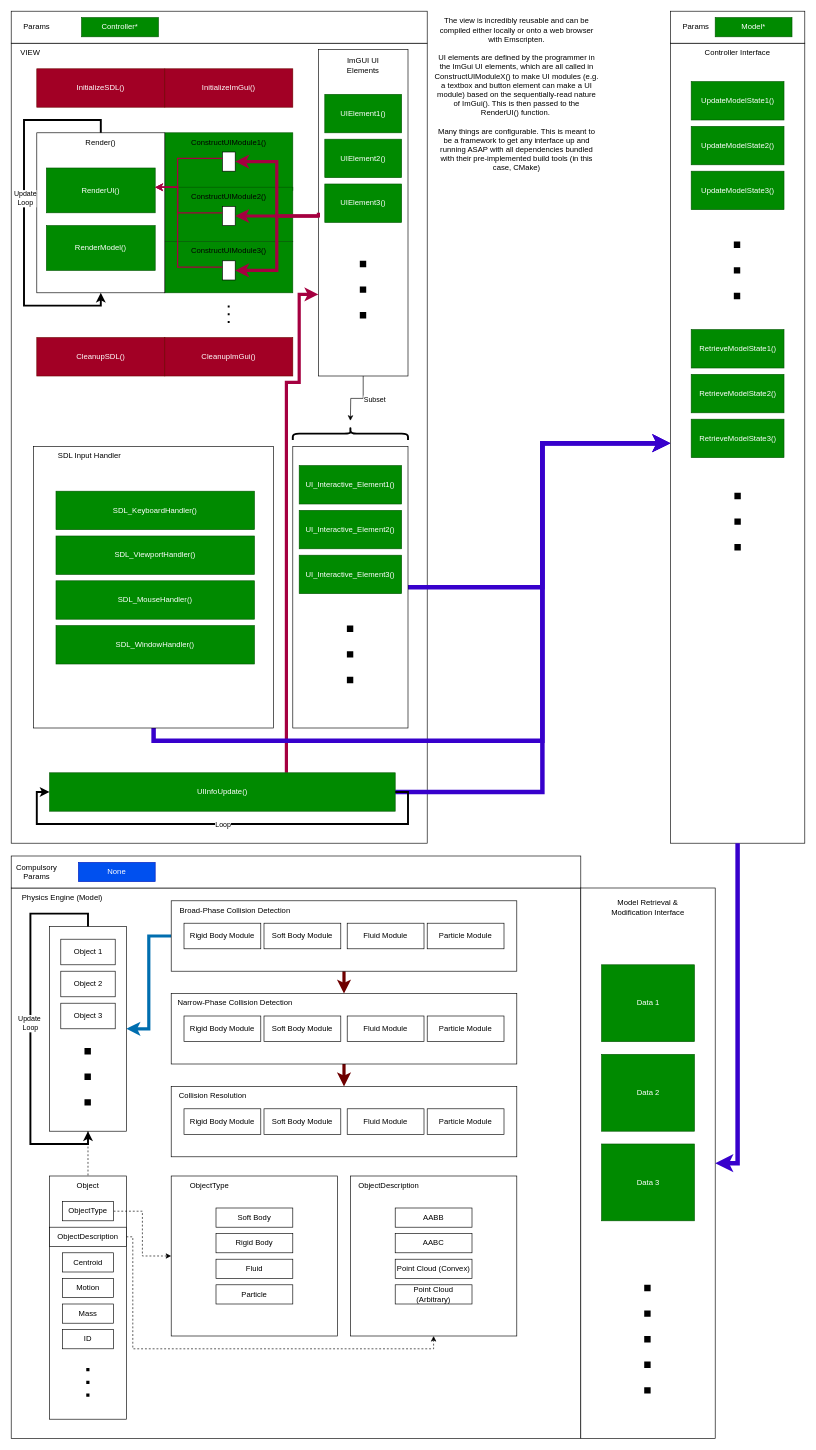
Above: documentation/Architectural Diagrams/MVC Overall Architecture.drawio in Argyraspides/Telos (draw.io), before the change. Source tidied: cells renumbered, new cells numbered last; positions are measured from the earlier drawing's top-left corner, leaving out a move shared by most shapes. Both pictures are drawn from the tidied source at 64%, with x=0, y=0 at pixel (11, 11).
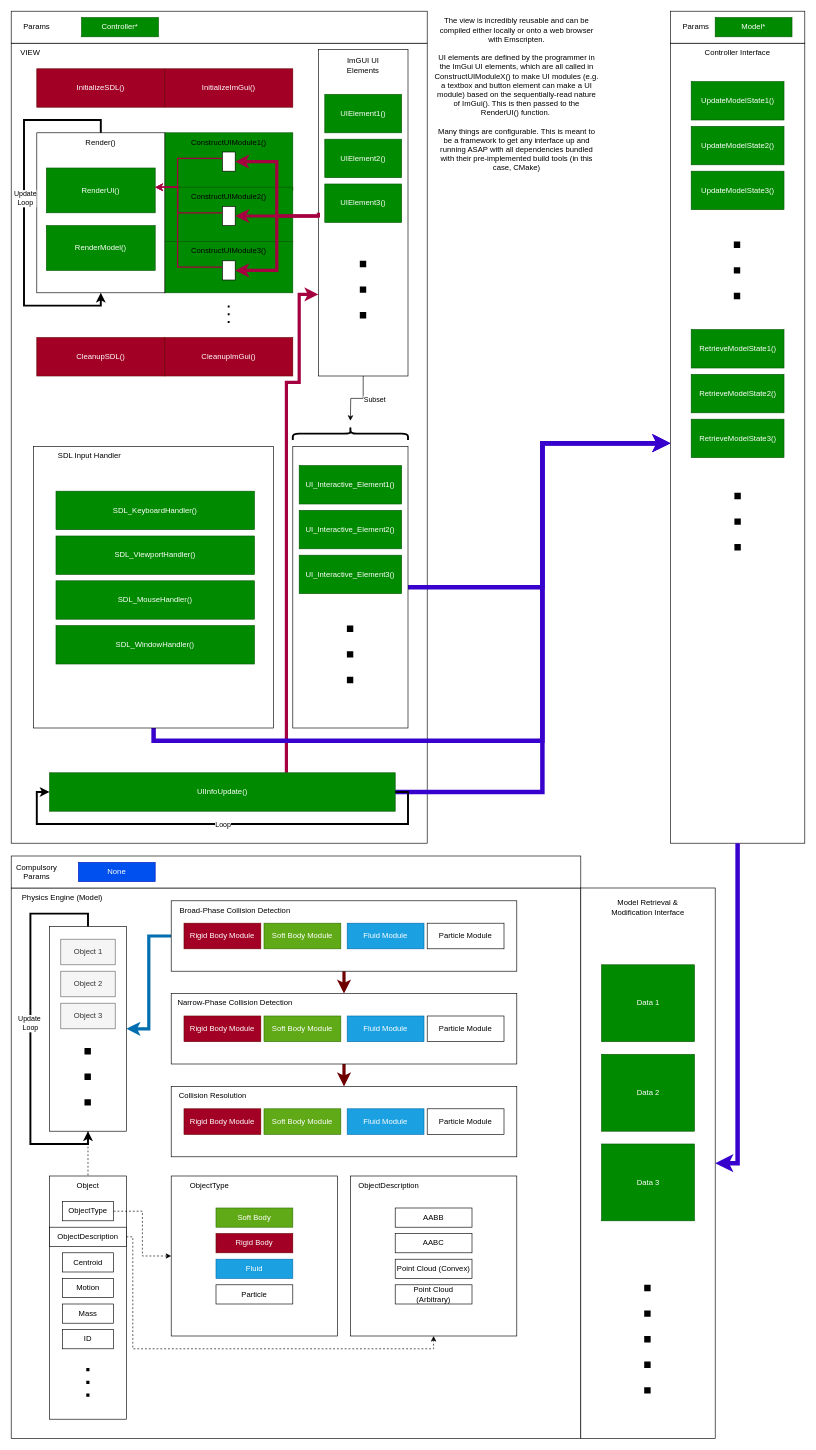
Above is the later version.

The change refers to these unchanged cells:
```xml
<mxCell id="83" style="group;" parent="1" vertex="1">
  <mxGeometry x="60" y="1430" width="120" height="320" as="geometry" />
</mxCell>
```

The edit, as a diff of the source:
```diff
@@
-    <mxCell id="85" value="Object 1" style="rounded=0;whiteSpace=wrap;html=1;" parent="83" vertex="1">
+    <mxCell id="85" value="Object 1" style="rounded=0;whiteSpace=wrap;html=1;fillColor=#f5f5f5;fontColor=#333333;strokeColor=#666666;" parent="83" vertex="1">
       <mxGeometry x="17.5" y="20" width="85" height="40" as="geometry" />
     </mxCell>
-    <mxCell id="86" value="Object 2" style="rounded=0;whiteSpace=wrap;html=1;" parent="83" vertex="1">
+    <mxCell id="86" value="Object 2" style="rounded=0;whiteSpace=wrap;html=1;fillColor=#f5f5f5;fontColor=#333333;strokeColor=#666666;" parent="83" vertex="1">
       <mxGeometry x="17.5" y="70" width="85" height="40" as="geometry" />
     </mxCell>
-    <mxCell id="87" value="Object 3" style="rounded=0;whiteSpace=wrap;html=1;" parent="83" vertex="1">
+    <mxCell id="87" value="Object 3" style="rounded=0;whiteSpace=wrap;html=1;fillColor=#f5f5f5;fontColor=#333333;strokeColor=#666666;" parent="83" vertex="1">
       <mxGeometry x="17.5" y="120" width="85" height="40" as="geometry" />
     </mxCell>
@@
-    <mxCell id="118" value="Soft Body" style="rounded=0;whiteSpace=wrap;html=1;" parent="1" vertex="1">
+    <mxCell id="118" value="Soft Body" style="rounded=0;whiteSpace=wrap;html=1;fillColor=#60a917;fontColor=#ffffff;strokeColor=#2D7600;" parent="1" vertex="1">
       <mxGeometry x="320" y="1870" width="120" height="30" as="geometry" />
     </mxCell>
-    <mxCell id="119" value="Rigid Body Module" style="rounded=0;whiteSpace=wrap;html=1;" parent="1" vertex="1">
+    <mxCell id="119" value="Rigid Body Module" style="rounded=0;whiteSpace=wrap;html=1;fillColor=#a20025;fontColor=#ffffff;strokeColor=#6F0000;" parent="1" vertex="1">
       <mxGeometry x="270" y="1425" width="120" height="40" as="geometry" />
     </mxCell>
-    <mxCell id="120" value="Soft Body Module" style="rounded=0;whiteSpace=wrap;html=1;" parent="1" vertex="1">
+    <mxCell id="120" value="Soft Body Module" style="rounded=0;whiteSpace=wrap;html=1;fillColor=#60a917;fontColor=#ffffff;strokeColor=#2D7600;" parent="1" vertex="1">
       <mxGeometry x="395" y="1425" width="120" height="40" as="geometry" />
     </mxCell>
-    <mxCell id="121" value="Fluid Module" style="rounded=0;whiteSpace=wrap;html=1;" parent="1" vertex="1">
+    <mxCell id="121" value="Fluid Module" style="rounded=0;whiteSpace=wrap;html=1;fillColor=#1ba1e2;fontColor=#ffffff;strokeColor=#006EAF;" parent="1" vertex="1">
       <mxGeometry x="525" y="1425" width="120" height="40" as="geometry" />
     </mxCell>
@@
-    <mxCell id="123" value="Rigid Body Module" style="rounded=0;whiteSpace=wrap;html=1;" parent="1" vertex="1">
+    <mxCell id="123" value="Rigid Body Module" style="rounded=0;whiteSpace=wrap;html=1;fillColor=#a20025;fontColor=#ffffff;strokeColor=#6F0000;" parent="1" vertex="1">
       <mxGeometry x="270" y="1570" width="120" height="40" as="geometry" />
     </mxCell>
-    <mxCell id="124" value="Soft Body Module" style="rounded=0;whiteSpace=wrap;html=1;" parent="1" vertex="1">
+    <mxCell id="124" value="Soft Body Module" style="rounded=0;whiteSpace=wrap;html=1;fillColor=#60a917;fontColor=#ffffff;strokeColor=#2D7600;" parent="1" vertex="1">
       <mxGeometry x="395" y="1570" width="120" height="40" as="geometry" />
     </mxCell>
-    <mxCell id="125" value="Fluid Module" style="rounded=0;whiteSpace=wrap;html=1;" parent="1" vertex="1">
+    <mxCell id="125" value="Fluid Module" style="rounded=0;whiteSpace=wrap;html=1;fillColor=#1ba1e2;fontColor=#ffffff;strokeColor=#006EAF;" parent="1" vertex="1">
       <mxGeometry x="525" y="1570" width="120" height="40" as="geometry" />
     </mxCell>
@@
-    <mxCell id="127" value="Rigid Body Module" style="rounded=0;whiteSpace=wrap;html=1;" parent="1" vertex="1">
+    <mxCell id="127" value="Rigid Body Module" style="rounded=0;whiteSpace=wrap;html=1;fillColor=#a20025;fontColor=#ffffff;strokeColor=#6F0000;" parent="1" vertex="1">
       <mxGeometry x="270" y="1715" width="120" height="40" as="geometry" />
     </mxCell>
-    <mxCell id="128" value="Soft Body Module" style="rounded=0;whiteSpace=wrap;html=1;" parent="1" vertex="1">
+    <mxCell id="128" value="Soft Body Module" style="rounded=0;whiteSpace=wrap;html=1;fillColor=#60a917;fontColor=#ffffff;strokeColor=#2D7600;" parent="1" vertex="1">
       <mxGeometry x="395" y="1715" width="120" height="40" as="geometry" />
     </mxCell>
-    <mxCell id="129" value="Fluid Module" style="rounded=0;whiteSpace=wrap;html=1;" parent="1" vertex="1">
+    <mxCell id="129" value="Fluid Module" style="rounded=0;whiteSpace=wrap;html=1;fillColor=#1ba1e2;fontColor=#ffffff;strokeColor=#006EAF;" parent="1" vertex="1">
       <mxGeometry x="525" y="1715" width="120" height="40" as="geometry" />
     </mxCell>
@@
-    <mxCell id="131" value="Rigid Body" style="rounded=0;whiteSpace=wrap;html=1;" parent="1" vertex="1">
+    <mxCell id="131" value="Rigid Body" style="rounded=0;whiteSpace=wrap;html=1;fillColor=#a20025;fontColor=#ffffff;strokeColor=#6F0000;" parent="1" vertex="1">
       <mxGeometry x="320" y="1910" width="120" height="30" as="geometry" />
     </mxCell>
-    <mxCell id="132" value="Fluid" style="rounded=0;whiteSpace=wrap;html=1;" parent="1" vertex="1">
+    <mxCell id="132" value="Fluid" style="rounded=0;whiteSpace=wrap;html=1;fillColor=#1ba1e2;fontColor=#ffffff;strokeColor=#006EAF;" parent="1" vertex="1">
       <mxGeometry x="320" y="1950" width="120" height="30" as="geometry" />
     </mxCell>
```
